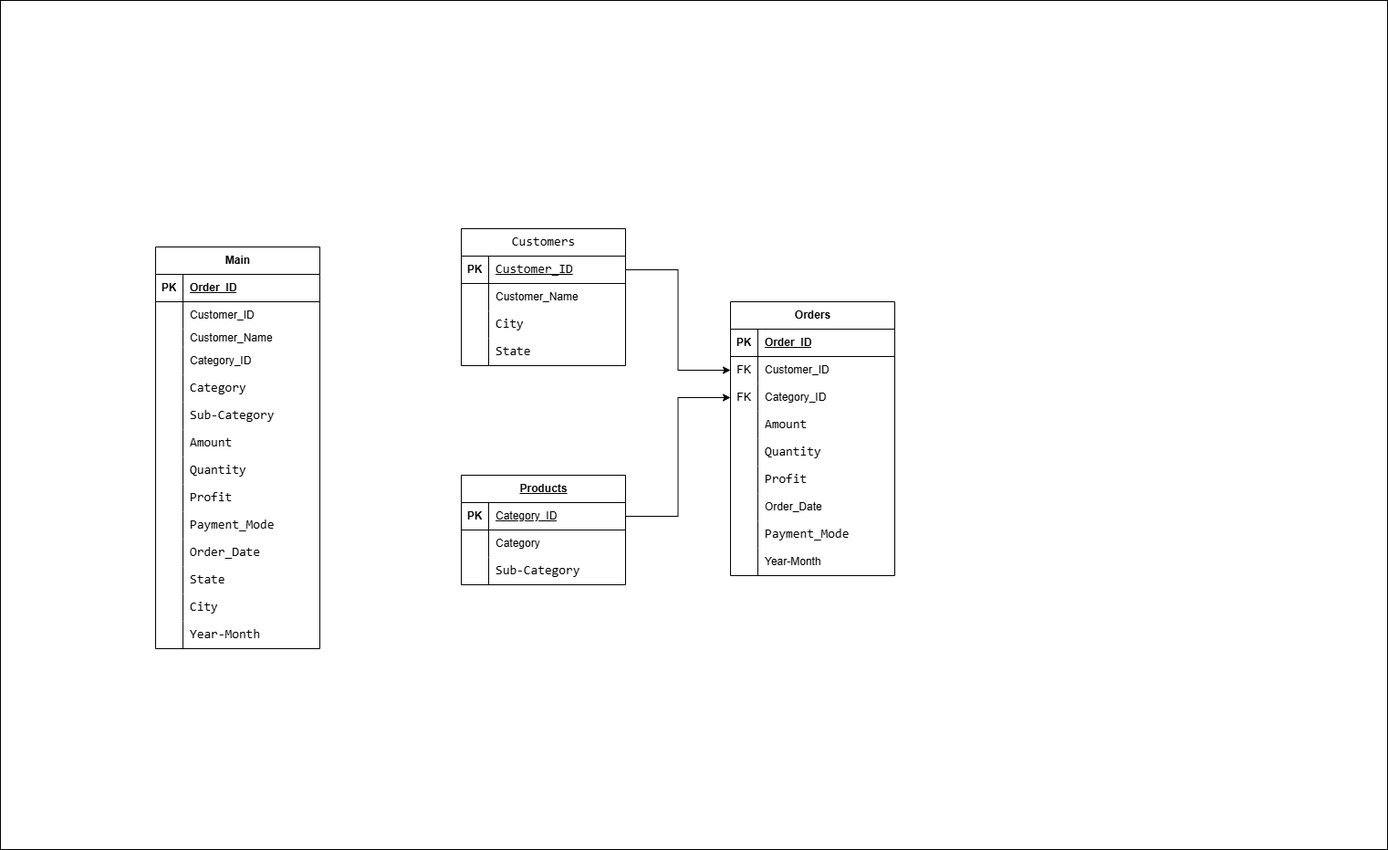
The draw.io diagram data_model-Page-1.drawio.png in iaakanni/Project_Capstone_2, before a commit. Source tidied: cells renumbered, new cells last; positions are measured from the earlier drawing's top-left corner, leaving out a move shared by most shapes.
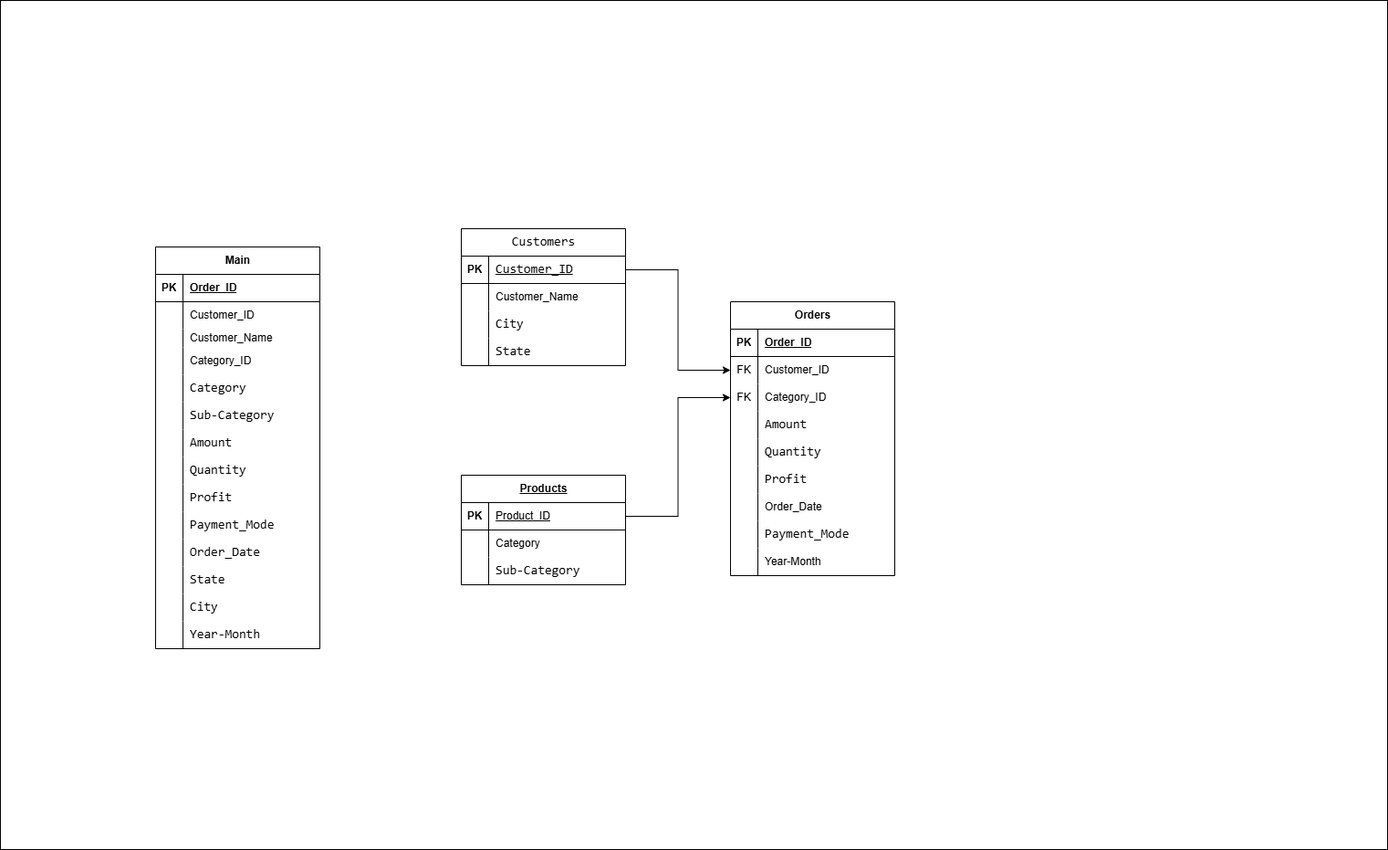
Above is the later version.

What changed in the source:
```diff
@@ -182,7 +182,7 @@
     <mxCell id="61" value="PK" style="shape=partialRectangle;fillColor=none;top=0;left=0;bottom=0;right=0;fontStyle=1;overflow=hidden;whiteSpace=wrap;html=1;" parent="60" vertex="1">
       <mxGeometry width="30" height="30" as="geometry" />
     </mxCell>
-    <mxCell id="62" value="&lt;span style=&quot;font-weight: 400;&quot;&gt;Category_ID&lt;/span&gt;" style="shape=partialRectangle;fillColor=none;top=0;left=0;bottom=0;right=0;align=left;spacingLeft=6;fontStyle=5;overflow=hidden;whiteSpace=wrap;html=1;" parent="60" vertex="1">
+    <mxCell id="62" value="&lt;span style=&quot;font-weight: 400;&quot;&gt;Product_ID&lt;/span&gt;" style="shape=partialRectangle;fillColor=none;top=0;left=0;bottom=0;right=0;align=left;spacingLeft=6;fontStyle=5;overflow=hidden;whiteSpace=wrap;html=1;" parent="60" vertex="1">
       <mxGeometry x="30" width="150" height="30" as="geometry" />
     </mxCell>
     <mxCell id="63" style="shape=tableRow;horizontal=0;startSize=0;swimlaneHead=0;swimlaneBody=0;fillColor=none;top=0;left=0;right=0;bottom=0;" parent="59" vertex="1">
```
